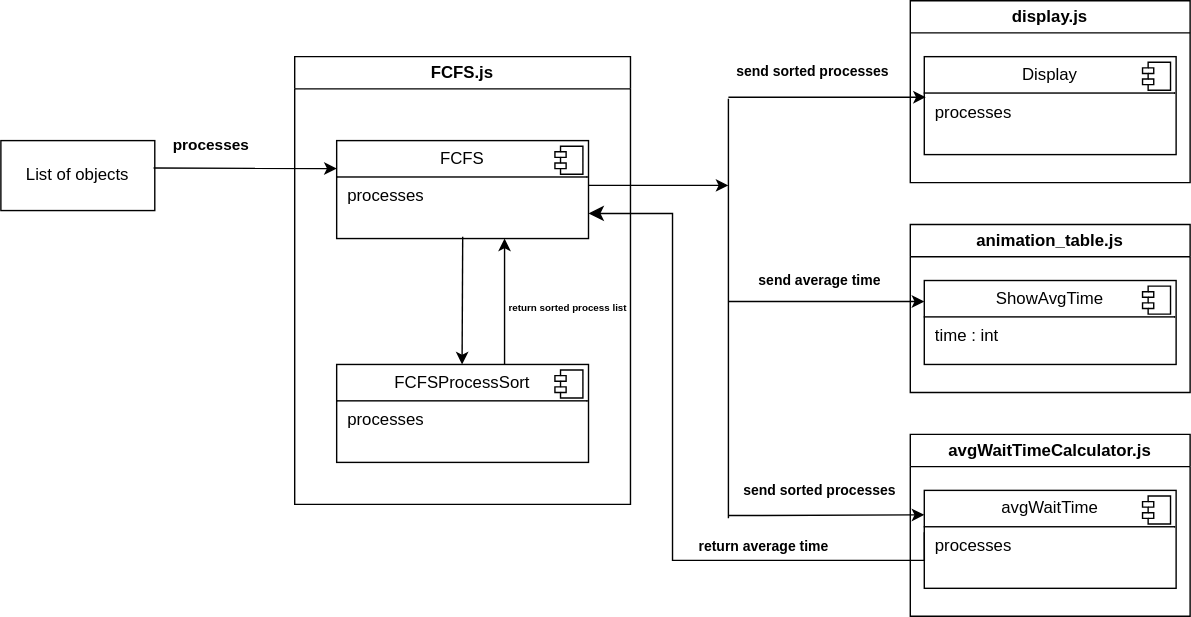
Before: docs/Design/Diagrams/FCFS.drawio.svg, a diagram exported from draw.io (AmirShakibafar/OS-Visualizer). Source tidied: cells renumbered, new cells last; positions are measured from the earlier drawing's top-left corner, leaving out a move shared by most shapes.
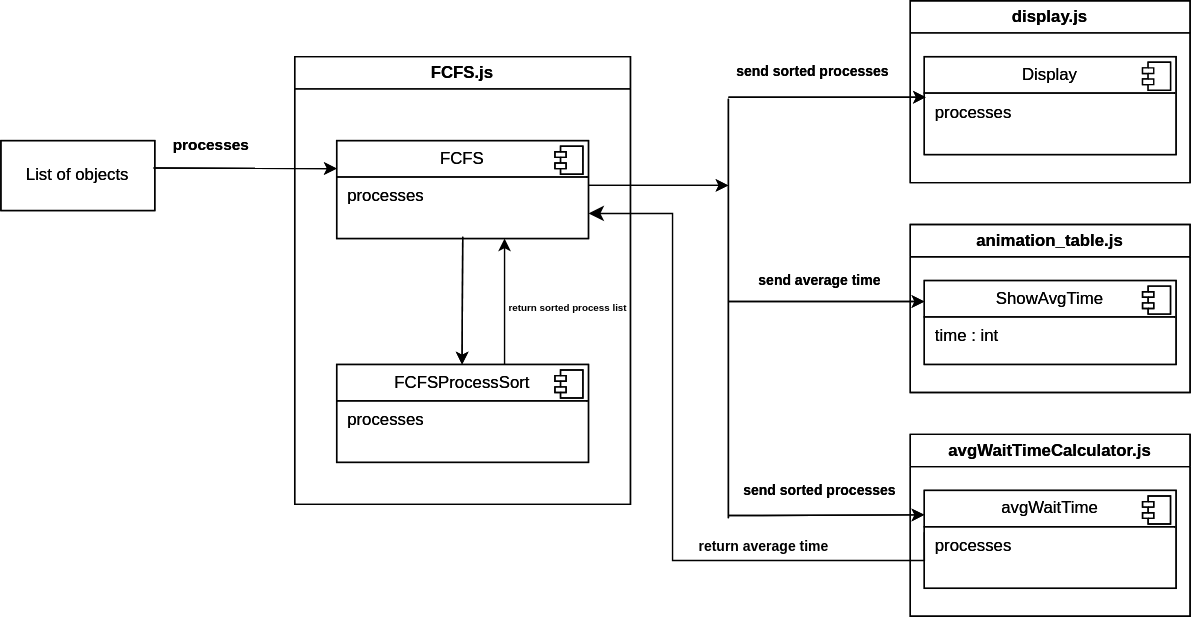
The same diagram one commit later.

The edit, as a diff of the source:
```diff
@@ -1,9 +1,8 @@
 <mxGraphModel>
   <root>
     <mxCell id="0" />
-    <mxCell id="1" value="backgroun color" parent="0" />
     <mxCell id="2" parent="0" />
-    <mxCell id="3" value="List of objects" style="html=1;whiteSpace=wrap;fillColor=none;" parent="2" vertex="1">
+    <mxCell id="3" value="List of objects" style="html=1;whiteSpace=wrap;" parent="2" vertex="1">
       <mxGeometry y="100" width="110" height="50" as="geometry" />
     </mxCell>
     <mxCell id="4" style="endArrow=classic;html=1;rounded=0;exitX=0.992;exitY=0.392;exitDx=0;exitDy=0;exitPerimeter=0;" parent="2" edge="1" source="3">
@@ -14,7 +13,7 @@
     <mxCell id="5" style="group;" parent="2" vertex="1">
       <mxGeometry x="650" width="200" height="130" as="geometry" />
     </mxCell>
-    <mxCell id="6" value="&lt;p style=&quot;margin:0px;margin-top:6px;text-align:center;&quot;&gt;Display&lt;/p&gt;&lt;hr size=&quot;1&quot; style=&quot;border-style:solid;&quot;&gt;&lt;p style=&quot;margin:0px;margin-left:8px;&quot;&gt;processes&lt;/p&gt;" style="align=left;overflow=fill;html=1;whiteSpace=wrap;fillColor=none;" parent="5" vertex="1">
+    <mxCell id="6" value="&lt;p style=&quot;margin:0px;margin-top:6px;text-align:center;&quot;&gt;Display&lt;/p&gt;&lt;hr size=&quot;1&quot; style=&quot;border-style:solid;&quot;&gt;&lt;p style=&quot;margin:0px;margin-left:8px;&quot;&gt;processes&lt;/p&gt;" style="align=left;overflow=fill;html=1;whiteSpace=wrap;" parent="5" vertex="1">
       <mxGeometry x="10" y="40" width="180" height="70" as="geometry" />
     </mxCell>
     <mxCell id="7" style="shape=component;jettyWidth=8;jettyHeight=4;" parent="6" vertex="1">
@@ -22,29 +21,29 @@
         <mxPoint x="-24" y="4" as="offset" />
       </mxGeometry>
     </mxCell>
-    <mxCell id="8" value="display.js" style="swimlane;whiteSpace=wrap;html=1;fillColor=none;" parent="5" vertex="1">
+    <mxCell id="8" value="display.js" style="swimlane;whiteSpace=wrap;html=1;" parent="5" vertex="1">
       <mxGeometry width="200" height="130" as="geometry" />
     </mxCell>
     <mxCell id="9" style="group;" parent="2" vertex="1">
       <mxGeometry x="210" y="40" width="240" height="320" as="geometry" />
     </mxCell>
-    <mxCell id="10" value="&lt;p style=&quot;margin:0px;margin-top:6px;text-align:center;&quot;&gt;FCFS&lt;/p&gt;&lt;hr size=&quot;1&quot; style=&quot;border-style:solid;&quot;&gt;&lt;p style=&quot;margin:0px;margin-left:8px;&quot;&gt;processes&lt;/p&gt;" style="align=left;overflow=fill;html=1;whiteSpace=wrap;fillColor=none;" parent="9" vertex="1">
+    <mxCell id="10" value="&lt;p style=&quot;margin:0px;margin-top:6px;text-align:center;&quot;&gt;FCFS&lt;/p&gt;&lt;hr size=&quot;1&quot; style=&quot;border-style:solid;&quot;&gt;&lt;p style=&quot;margin:0px;margin-left:8px;&quot;&gt;processes&lt;/p&gt;" style="align=left;overflow=fill;html=1;whiteSpace=wrap;" parent="9" vertex="1">
       <mxGeometry x="30" y="60" width="180" height="70" as="geometry" />
     </mxCell>
-    <mxCell id="11" style="shape=component;jettyWidth=8;jettyHeight=4;fillColor=none;" parent="10" vertex="1">
+    <mxCell id="11" style="shape=component;jettyWidth=8;jettyHeight=4;" parent="10" vertex="1">
       <mxGeometry x="1" width="20" height="20" relative="1" as="geometry">
         <mxPoint x="-24" y="4" as="offset" />
       </mxGeometry>
     </mxCell>
-    <mxCell id="12" value="&lt;p style=&quot;margin:0px;margin-top:6px;text-align:center;&quot;&gt;FCFSProcessSort&lt;/p&gt;&lt;hr size=&quot;1&quot; style=&quot;border-style:solid;&quot;&gt;&lt;p style=&quot;margin:0px;margin-left:8px;&quot;&gt;processes&lt;/p&gt;" style="align=left;overflow=fill;html=1;whiteSpace=wrap;fillColor=none;" parent="9" vertex="1">
+    <mxCell id="12" value="&lt;p style=&quot;margin:0px;margin-top:6px;text-align:center;&quot;&gt;FCFSProcessSort&lt;/p&gt;&lt;hr size=&quot;1&quot; style=&quot;border-style:solid;&quot;&gt;&lt;p style=&quot;margin:0px;margin-left:8px;&quot;&gt;processes&lt;/p&gt;" style="align=left;overflow=fill;html=1;whiteSpace=wrap;" parent="9" vertex="1">
       <mxGeometry x="30" y="220" width="180" height="70" as="geometry" />
     </mxCell>
-    <mxCell id="13" style="shape=component;jettyWidth=8;jettyHeight=4;fillColor=none;" parent="12" vertex="1">
+    <mxCell id="13" style="shape=component;jettyWidth=8;jettyHeight=4;" parent="12" vertex="1">
       <mxGeometry x="1" width="20" height="20" relative="1" as="geometry">
         <mxPoint x="-24" y="4" as="offset" />
       </mxGeometry>
     </mxCell>
-    <mxCell id="14" value="FCFS.js" style="swimlane;whiteSpace=wrap;html=1;fillColor=none;" parent="9" vertex="1">
+    <mxCell id="14" value="FCFS.js" style="swimlane;whiteSpace=wrap;html=1;" parent="9" vertex="1">
       <mxGeometry width="240" height="320" as="geometry" />
     </mxCell>
     <mxCell id="15" style="endArrow=classic;html=1;rounded=0;entryX=0.442;entryY=0.018;entryDx=0;entryDy=0;entryPerimeter=0;" parent="14" edge="1">
@@ -53,9 +52,6 @@
         <mxPoint x="119.6" y="220" as="targetPoint" />
       </mxGeometry>
     </mxCell>
-    <mxCell id="16" value="&lt;font style=&quot;font-size: 7px;&quot;&gt;return sorted process list&lt;/font&gt;" style="text;align=center;fontStyle=1;verticalAlign=middle;spacingLeft=3;spacingRight=3;strokeColor=none;html=1;fontSize=7;" parent="14" vertex="1">
-      <mxGeometry x="150" y="170" width="90" height="20" as="geometry" />
-    </mxCell>
     <mxCell id="17" style="endArrow=classic;html=1;rounded=0;" parent="2" edge="1">
       <mxGeometry relative="1" as="geometry">
         <mxPoint x="420" y="132" as="sourcePoint" />
@@ -81,13 +77,13 @@
     <mxCell id="21" style="group;" parent="2" vertex="1">
       <mxGeometry x="650" y="160" width="200" height="120" as="geometry" />
     </mxCell>
-    <mxCell id="22" value="animation_table.js" style="swimlane;whiteSpace=wrap;html=1;fillColor=none;" parent="21" vertex="1">
+    <mxCell id="22" value="animation_table.js" style="swimlane;whiteSpace=wrap;html=1;" parent="21" vertex="1">
       <mxGeometry width="200" height="120" as="geometry" />
     </mxCell>
-    <mxCell id="23" value="&lt;p style=&quot;margin:0px;margin-top:6px;text-align:center;&quot;&gt;ShowAvgTime&lt;/p&gt;&lt;hr size=&quot;1&quot; style=&quot;border-style:solid;&quot;&gt;&lt;p style=&quot;margin:0px;margin-left:8px;&quot;&gt;time : int&lt;/p&gt;" style="align=left;overflow=fill;html=1;whiteSpace=wrap;fillColor=none;" parent="22" vertex="1">
+    <mxCell id="23" value="&lt;p style=&quot;margin:0px;margin-top:6px;text-align:center;&quot;&gt;ShowAvgTime&lt;/p&gt;&lt;hr size=&quot;1&quot; style=&quot;border-style:solid;&quot;&gt;&lt;p style=&quot;margin:0px;margin-left:8px;&quot;&gt;time : int&lt;/p&gt;" style="align=left;overflow=fill;html=1;whiteSpace=wrap;" parent="22" vertex="1">
       <mxGeometry x="10" y="40" width="180" height="60" as="geometry" />
     </mxCell>
-    <mxCell id="24" style="shape=component;jettyWidth=8;jettyHeight=4;fillColor=none;" parent="23" vertex="1">
+    <mxCell id="24" style="shape=component;jettyWidth=8;jettyHeight=4;" parent="23" vertex="1">
       <mxGeometry x="1" width="20" height="20" relative="1" as="geometry">
         <mxPoint x="-24" y="4" as="offset" />
       </mxGeometry>
@@ -95,15 +91,15 @@
     <mxCell id="25" style="group;" parent="2" vertex="1">
       <mxGeometry x="650" y="310" width="200" height="130" as="geometry" />
     </mxCell>
-    <mxCell id="26" value="&lt;p style=&quot;margin:0px;margin-top:6px;text-align:center;&quot;&gt;avgWaitTime&lt;/p&gt;&lt;hr size=&quot;1&quot; style=&quot;border-style:solid;&quot;&gt;&lt;p style=&quot;margin:0px;margin-left:8px;&quot;&gt;processes&lt;/p&gt;" style="align=left;overflow=fill;html=1;whiteSpace=wrap;fillColor=none;" parent="25" vertex="1">
+    <mxCell id="26" value="&lt;p style=&quot;margin:0px;margin-top:6px;text-align:center;&quot;&gt;avgWaitTime&lt;/p&gt;&lt;hr size=&quot;1&quot; style=&quot;border-style:solid;&quot;&gt;&lt;p style=&quot;margin:0px;margin-left:8px;&quot;&gt;processes&lt;/p&gt;" style="align=left;overflow=fill;html=1;whiteSpace=wrap;" parent="25" vertex="1">
       <mxGeometry x="10" y="40" width="180" height="70" as="geometry" />
     </mxCell>
-    <mxCell id="27" style="shape=component;jettyWidth=8;jettyHeight=4;fillColor=none;" parent="26" vertex="1">
+    <mxCell id="27" style="shape=component;jettyWidth=8;jettyHeight=4;" parent="26" vertex="1">
       <mxGeometry x="1" width="20" height="20" relative="1" as="geometry">
         <mxPoint x="-24" y="4" as="offset" />
       </mxGeometry>
     </mxCell>
-    <mxCell id="28" value="avgWaitTimeCalculator.js" style="swimlane;whiteSpace=wrap;html=1;fillColor=none;" parent="25" vertex="1">
+    <mxCell id="28" value="avgWaitTimeCalculator.js" style="swimlane;whiteSpace=wrap;html=1;" parent="25" vertex="1">
       <mxGeometry width="200" height="130" as="geometry" />
     </mxCell>
     <mxCell id="29" style="endArrow=classic;html=1;rounded=0;entryX=0;entryY=0.25;entryDx=0;entryDy=0;" parent="2" edge="1" target="26">
@@ -123,25 +119,147 @@
     <mxCell id="33" value="&lt;font style=&quot;font-size: 11px;&quot;&gt;processes&lt;/font&gt;" style="text;align=center;fontStyle=1;verticalAlign=middle;spacingLeft=3;spacingRight=3;strokeColor=none;html=1;" parent="2" vertex="1">
       <mxGeometry x="110" y="90" width="80" height="26" as="geometry" />
     </mxCell>
+    <mxCell id="1" value="backgroun color" parent="0" />
+    <mxCell id="37" parent="0" />
+    <mxCell id="38" value="List of objects" style="html=1;whiteSpace=wrap;fillColor=none;" parent="37" vertex="1">
+      <mxGeometry y="100" width="110" height="50" as="geometry" />
+    </mxCell>
+    <mxCell id="39" style="endArrow=classic;html=1;rounded=0;exitX=0.992;exitY=0.392;exitDx=0;exitDy=0;exitPerimeter=0;" parent="37" edge="1" source="38">
+      <mxGeometry relative="1" as="geometry">
+        <mxPoint x="240" y="120" as="targetPoint" />
+      </mxGeometry>
+    </mxCell>
+    <mxCell id="40" style="group;" parent="37" vertex="1">
+      <mxGeometry x="650" width="200" height="130" as="geometry" />
+    </mxCell>
+    <mxCell id="41" value="&lt;p style=&quot;margin:0px;margin-top:6px;text-align:center;&quot;&gt;Display&lt;/p&gt;&lt;hr size=&quot;1&quot; style=&quot;border-style:solid;&quot;&gt;&lt;p style=&quot;margin:0px;margin-left:8px;&quot;&gt;processes&lt;/p&gt;" style="align=left;overflow=fill;html=1;whiteSpace=wrap;fillColor=none;" parent="40" vertex="1">
+      <mxGeometry x="10" y="40" width="180" height="70" as="geometry" />
+    </mxCell>
+    <mxCell id="42" style="shape=component;jettyWidth=8;jettyHeight=4;" parent="41" vertex="1">
+      <mxGeometry x="1" width="20" height="20" relative="1" as="geometry">
+        <mxPoint x="-24" y="4" as="offset" />
+      </mxGeometry>
+    </mxCell>
+    <mxCell id="43" value="display.js" style="swimlane;whiteSpace=wrap;html=1;fillColor=none;" parent="40" vertex="1">
+      <mxGeometry width="200" height="130" as="geometry" />
+    </mxCell>
+    <mxCell id="44" style="group;" parent="37" vertex="1">
+      <mxGeometry x="210" y="40" width="240" height="320" as="geometry" />
+    </mxCell>
+    <mxCell id="45" value="&lt;p style=&quot;margin:0px;margin-top:6px;text-align:center;&quot;&gt;FCFS&lt;/p&gt;&lt;hr size=&quot;1&quot; style=&quot;border-style:solid;&quot;&gt;&lt;p style=&quot;margin:0px;margin-left:8px;&quot;&gt;processes&lt;/p&gt;" style="align=left;overflow=fill;html=1;whiteSpace=wrap;fillColor=none;" parent="44" vertex="1">
+      <mxGeometry x="30" y="60" width="180" height="70" as="geometry" />
+    </mxCell>
+    <mxCell id="46" style="shape=component;jettyWidth=8;jettyHeight=4;fillColor=none;" parent="45" vertex="1">
+      <mxGeometry x="1" width="20" height="20" relative="1" as="geometry">
+        <mxPoint x="-24" y="4" as="offset" />
+      </mxGeometry>
+    </mxCell>
+    <mxCell id="47" value="&lt;p style=&quot;margin:0px;margin-top:6px;text-align:center;&quot;&gt;FCFSProcessSort&lt;/p&gt;&lt;hr size=&quot;1&quot; style=&quot;border-style:solid;&quot;&gt;&lt;p style=&quot;margin:0px;margin-left:8px;&quot;&gt;processes&lt;/p&gt;" style="align=left;overflow=fill;html=1;whiteSpace=wrap;fillColor=none;" parent="44" vertex="1">
+      <mxGeometry x="30" y="220" width="180" height="70" as="geometry" />
+    </mxCell>
+    <mxCell id="48" style="shape=component;jettyWidth=8;jettyHeight=4;fillColor=none;" parent="47" vertex="1">
+      <mxGeometry x="1" width="20" height="20" relative="1" as="geometry">
+        <mxPoint x="-24" y="4" as="offset" />
+      </mxGeometry>
+    </mxCell>
+    <mxCell id="49" value="FCFS.js" style="swimlane;whiteSpace=wrap;html=1;fillColor=none;" parent="44" vertex="1">
+      <mxGeometry width="240" height="320" as="geometry" />
+    </mxCell>
+    <mxCell id="50" style="endArrow=classic;html=1;rounded=0;entryX=0.442;entryY=0.018;entryDx=0;entryDy=0;entryPerimeter=0;" parent="49" edge="1">
+      <mxGeometry relative="1" as="geometry">
+        <mxPoint x="120.1" y="128.7" as="sourcePoint" />
+        <mxPoint x="119.6" y="220" as="targetPoint" />
+      </mxGeometry>
+    </mxCell>
+    <mxCell id="16" value="&lt;font style=&quot;font-size: 7px;&quot;&gt;return sorted process list&lt;/font&gt;" style="text;align=center;fontStyle=1;verticalAlign=middle;spacingLeft=3;spacingRight=3;strokeColor=none;html=1;fontSize=7;" parent="49" vertex="1">
+      <mxGeometry x="150" y="170" width="90" height="20" as="geometry" />
+    </mxCell>
+    <mxCell id="51" style="endArrow=classic;html=1;rounded=0;" parent="37" edge="1">
+      <mxGeometry relative="1" as="geometry">
+        <mxPoint x="420" y="132" as="sourcePoint" />
+        <mxPoint x="520" y="132" as="targetPoint" />
+      </mxGeometry>
+    </mxCell>
+    <mxCell id="52" style="endArrow=none;html=1;rounded=0;" parent="37" edge="1">
+      <mxGeometry relative="1" as="geometry">
+        <mxPoint x="520" y="370" as="sourcePoint" />
+        <mxPoint x="520" y="70" as="targetPoint" />
+      </mxGeometry>
+    </mxCell>
+    <mxCell id="53" style="endArrow=classic;html=1;rounded=0;entryX=0.006;entryY=0.414;entryDx=0;entryDy=0;entryPerimeter=0;" parent="37" edge="1" target="41">
+      <mxGeometry relative="1" as="geometry">
+        <mxPoint x="520" y="69" as="sourcePoint" />
+      </mxGeometry>
+    </mxCell>
+    <mxCell id="54" style="endArrow=classic;html=1;rounded=0;entryX=0;entryY=0.25;entryDx=0;entryDy=0;" parent="37" edge="1" target="57">
+      <mxGeometry relative="1" as="geometry">
+        <mxPoint x="520" y="215" as="sourcePoint" />
+      </mxGeometry>
+    </mxCell>
+    <mxCell id="55" style="group;" parent="37" vertex="1">
+      <mxGeometry x="650" y="160" width="200" height="120" as="geometry" />
+    </mxCell>
+    <mxCell id="56" value="animation_table.js" style="swimlane;whiteSpace=wrap;html=1;fillColor=none;" parent="55" vertex="1">
+      <mxGeometry width="200" height="120" as="geometry" />
+    </mxCell>
+    <mxCell id="57" value="&lt;p style=&quot;margin:0px;margin-top:6px;text-align:center;&quot;&gt;ShowAvgTime&lt;/p&gt;&lt;hr size=&quot;1&quot; style=&quot;border-style:solid;&quot;&gt;&lt;p style=&quot;margin:0px;margin-left:8px;&quot;&gt;time : int&lt;/p&gt;" style="align=left;overflow=fill;html=1;whiteSpace=wrap;fillColor=none;" parent="56" vertex="1">
+      <mxGeometry x="10" y="40" width="180" height="60" as="geometry" />
+    </mxCell>
+    <mxCell id="58" style="shape=component;jettyWidth=8;jettyHeight=4;fillColor=none;" parent="57" vertex="1">
+      <mxGeometry x="1" width="20" height="20" relative="1" as="geometry">
+        <mxPoint x="-24" y="4" as="offset" />
+      </mxGeometry>
+    </mxCell>
+    <mxCell id="59" style="group;" parent="37" vertex="1">
+      <mxGeometry x="650" y="310" width="200" height="130" as="geometry" />
+    </mxCell>
+    <mxCell id="60" value="&lt;p style=&quot;margin:0px;margin-top:6px;text-align:center;&quot;&gt;avgWaitTime&lt;/p&gt;&lt;hr size=&quot;1&quot; style=&quot;border-style:solid;&quot;&gt;&lt;p style=&quot;margin:0px;margin-left:8px;&quot;&gt;processes&lt;/p&gt;" style="align=left;overflow=fill;html=1;whiteSpace=wrap;fillColor=none;" parent="59" vertex="1">
+      <mxGeometry x="10" y="40" width="180" height="70" as="geometry" />
+    </mxCell>
+    <mxCell id="61" style="shape=component;jettyWidth=8;jettyHeight=4;fillColor=none;" parent="60" vertex="1">
+      <mxGeometry x="1" width="20" height="20" relative="1" as="geometry">
+        <mxPoint x="-24" y="4" as="offset" />
+      </mxGeometry>
+    </mxCell>
+    <mxCell id="62" value="avgWaitTimeCalculator.js" style="swimlane;whiteSpace=wrap;html=1;fillColor=none;" parent="59" vertex="1">
+      <mxGeometry width="200" height="130" as="geometry" />
+    </mxCell>
+    <mxCell id="63" style="endArrow=classic;html=1;rounded=0;entryX=0;entryY=0.25;entryDx=0;entryDy=0;" parent="37" edge="1" target="60">
+      <mxGeometry relative="1" as="geometry">
+        <mxPoint x="520" y="368" as="sourcePoint" />
+      </mxGeometry>
+    </mxCell>
+    <mxCell id="64" value="&lt;font size=&quot;1&quot;&gt;send average time&lt;/font&gt;" style="text;align=center;fontStyle=1;verticalAlign=middle;spacingLeft=3;spacingRight=3;strokeColor=none;html=1;" parent="37" vertex="1">
+      <mxGeometry x="540" y="190" width="90" height="20" as="geometry" />
+    </mxCell>
+    <mxCell id="65" value="&lt;font size=&quot;1&quot;&gt;send sorted processes&lt;/font&gt;" style="text;align=center;fontStyle=1;verticalAlign=middle;spacingLeft=3;spacingRight=3;strokeColor=none;html=1;" parent="37" vertex="1">
+      <mxGeometry x="520" y="40" width="120" height="20" as="geometry" />
+    </mxCell>
+    <mxCell id="66" value="&lt;font size=&quot;1&quot;&gt;send sorted processes&lt;/font&gt;" style="text;align=center;fontStyle=1;verticalAlign=middle;spacingLeft=3;spacingRight=3;strokeColor=none;html=1;" parent="37" vertex="1">
+      <mxGeometry x="525" y="340" width="120" height="20" as="geometry" />
+    </mxCell>
+    <mxCell id="67" value="&lt;font style=&quot;font-size: 11px;&quot;&gt;processes&lt;/font&gt;" style="text;align=center;fontStyle=1;verticalAlign=middle;spacingLeft=3;spacingRight=3;strokeColor=none;html=1;" parent="37" vertex="1">
+      <mxGeometry x="110" y="90" width="80" height="26" as="geometry" />
+    </mxCell>
-    <mxCell id="34" value="&lt;font size=&quot;1&quot;&gt;return average time&lt;/font&gt;" style="text;align=center;fontStyle=1;verticalAlign=middle;spacingLeft=3;spacingRight=3;strokeColor=none;html=1;" parent="2" vertex="1">
+    <mxCell id="34" value="&lt;font size=&quot;1&quot;&gt;return average time&lt;/font&gt;" style="text;align=center;fontStyle=1;verticalAlign=middle;spacingLeft=3;spacingRight=3;strokeColor=none;html=1;" parent="37" vertex="1">
       <mxGeometry x="500" y="380" width="90" height="20" as="geometry" />
     </mxCell>
-    <mxCell id="35" style="edgeStyle=segmentEdgeStyle;endArrow=classic;html=1;curved=0;rounded=0;endSize=8;startSize=8;sourcePerimeterSpacing=0;targetPerimeterSpacing=0;entryX=1;entryY=0.75;entryDx=0;entryDy=0;" parent="2" edge="1" target="10">
-      <mxGeometry relative="1" as="geometry">
-        <mxPoint x="660" y="380" as="sourcePoint" />
-        <Array as="points">
-          <mxPoint x="660" y="400" />
-          <mxPoint x="480" y="400" />
-          <mxPoint x="480" y="152" />
-          <mxPoint x="420" y="152" />
-        </Array>
-      </mxGeometry>
-    </mxCell>
-    <mxCell id="36" style="endArrow=classic;html=1;rounded=0;" parent="2" edge="1">
-      <mxGeometry relative="1" as="geometry">
-        <mxPoint x="360" y="260" as="sourcePoint" />
-        <mxPoint x="360" y="170" as="targetPoint" />
-      </mxGeometry>
-    </mxCell>
+    <mxCell id="68" style="edgeStyle=segmentEdgeStyle;endArrow=classic;html=1;curved=0;rounded=0;endSize=8;startSize=8;sourcePerimeterSpacing=0;targetPerimeterSpacing=0;entryX=1;entryY=0.75;entryDx=0;entryDy=0;" parent="37" edge="1" target="45">
+      <mxGeometry relative="1" as="geometry">
+        <mxPoint x="660" y="380" as="sourcePoint" />
+        <Array as="points">
+          <mxPoint x="660" y="400" />
+          <mxPoint x="480" y="400" />
+          <mxPoint x="480" y="152" />
+          <mxPoint x="420" y="152" />
+        </Array>
+      </mxGeometry>
+    </mxCell>
+    <mxCell id="69" style="endArrow=classic;html=1;rounded=0;" parent="37" edge="1">
+      <mxGeometry relative="1" as="geometry">
+        <mxPoint x="360" y="260" as="sourcePoint" />
+        <mxPoint x="360" y="170" as="targetPoint" />
+      </mxGeometry>
+    </mxCell>
   </root>
 </mxGraphModel>
```
